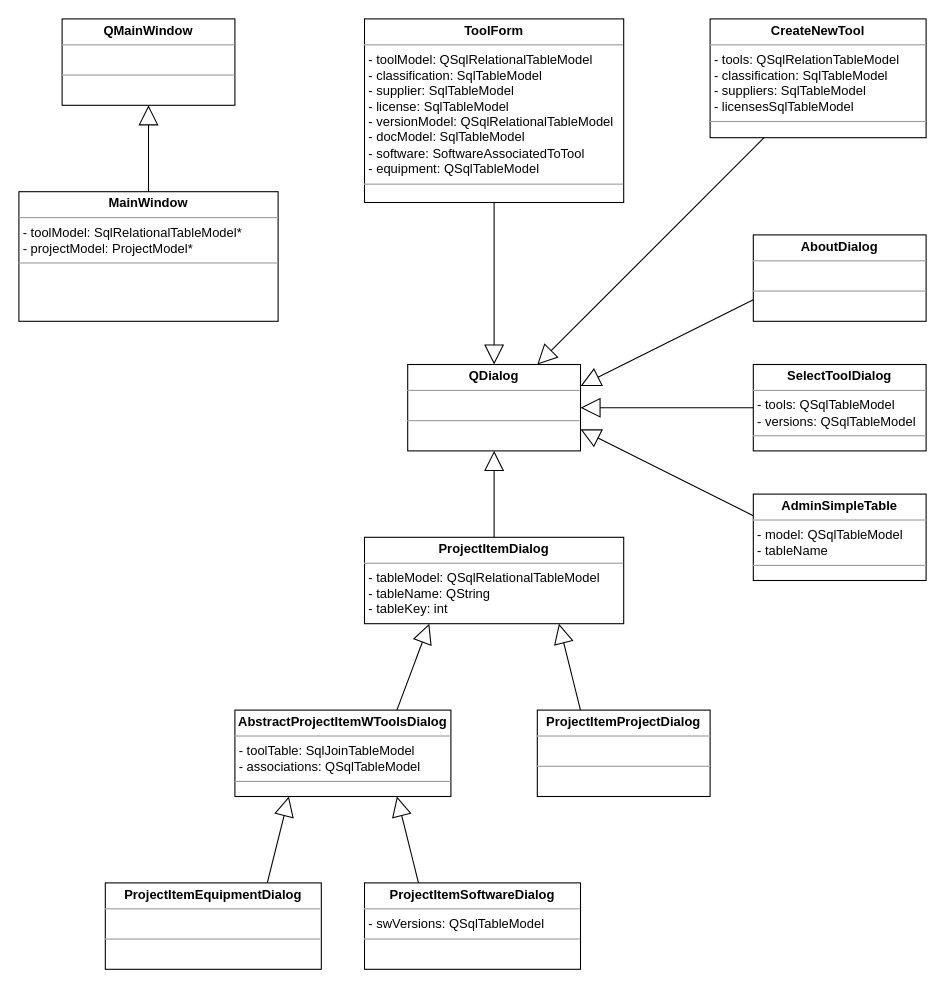
Earlier version of the draw.io diagram page "toolsDB" (8 of 9) of toolsDB.drawio (behej/toolsDB). Source tidied: cells renumbered, new cells numbered last; positions are measured from the earlier drawing's top-left corner, leaving out a move shared by most shapes. Both pictures are drawn from the tidied source at 108%, with x=0, y=0 at pixel (18, 18).
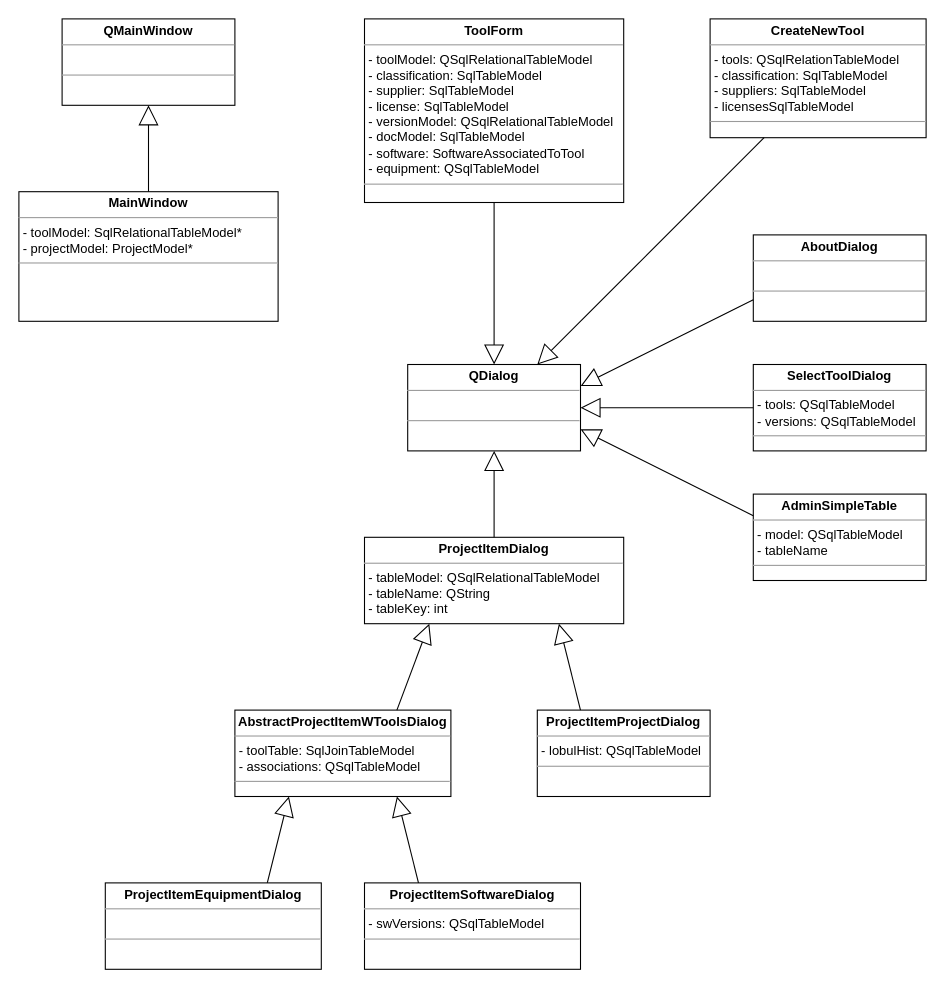
The same page after the edit.

Change to the diagram source:
```diff
@@
-    <mxCell id="9" value="&lt;p style=&quot;margin: 0px ; margin-top: 4px ; text-align: center&quot;&gt;&lt;b&gt;ProjectItemProjectDialog&lt;/b&gt;&lt;/p&gt;&lt;hr size=&quot;1&quot;&gt;&lt;p style=&quot;margin: 0px ; margin-left: 4px&quot;&gt;&lt;br&gt;&lt;/p&gt;&lt;hr size=&quot;1&quot;&gt;&lt;p style=&quot;margin: 0px ; margin-left: 4px&quot;&gt;&lt;br&gt;&lt;/p&gt;" style="verticalAlign=top;align=left;overflow=fill;fontSize=12;fontFamily=Helvetica;html=1;" parent="1" vertex="1">
+    <mxCell id="9" value="&lt;p style=&quot;margin: 0px ; margin-top: 4px ; text-align: center&quot;&gt;&lt;b&gt;ProjectItemProjectDialog&lt;/b&gt;&lt;/p&gt;&lt;hr size=&quot;1&quot;&gt;&lt;p style=&quot;margin: 0px ; margin-left: 4px&quot;&gt;- lobulHist: QSqlTableModel&lt;/p&gt;&lt;hr size=&quot;1&quot;&gt;&lt;p style=&quot;margin: 0px ; margin-left: 4px&quot;&gt;&lt;br&gt;&lt;/p&gt;" style="verticalAlign=top;align=left;overflow=fill;fontSize=12;fontFamily=Helvetica;html=1;" parent="1" vertex="1">
       <mxGeometry x="480" y="640" width="160" height="80" as="geometry" />
     </mxCell>
```
